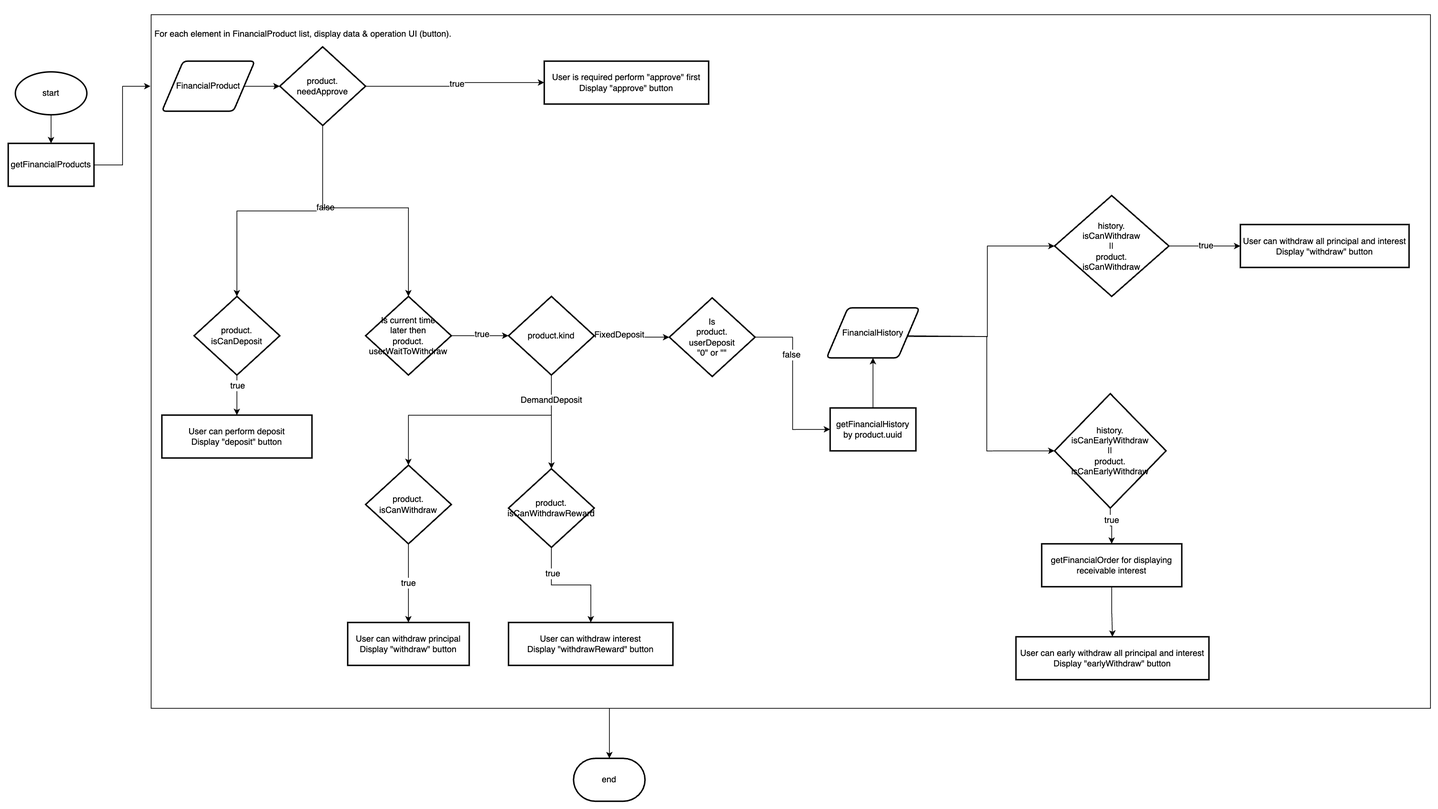
Above: docs/images/sdk_guideline/financial_product_flow.png in CYBAVO/android_wallet_sdk_sample (draw.io), before the change. Source tidied: cells renumbered, new cells last; positions are measured from the earlier drawing's top-left corner, leaving out a move shared by most shapes.
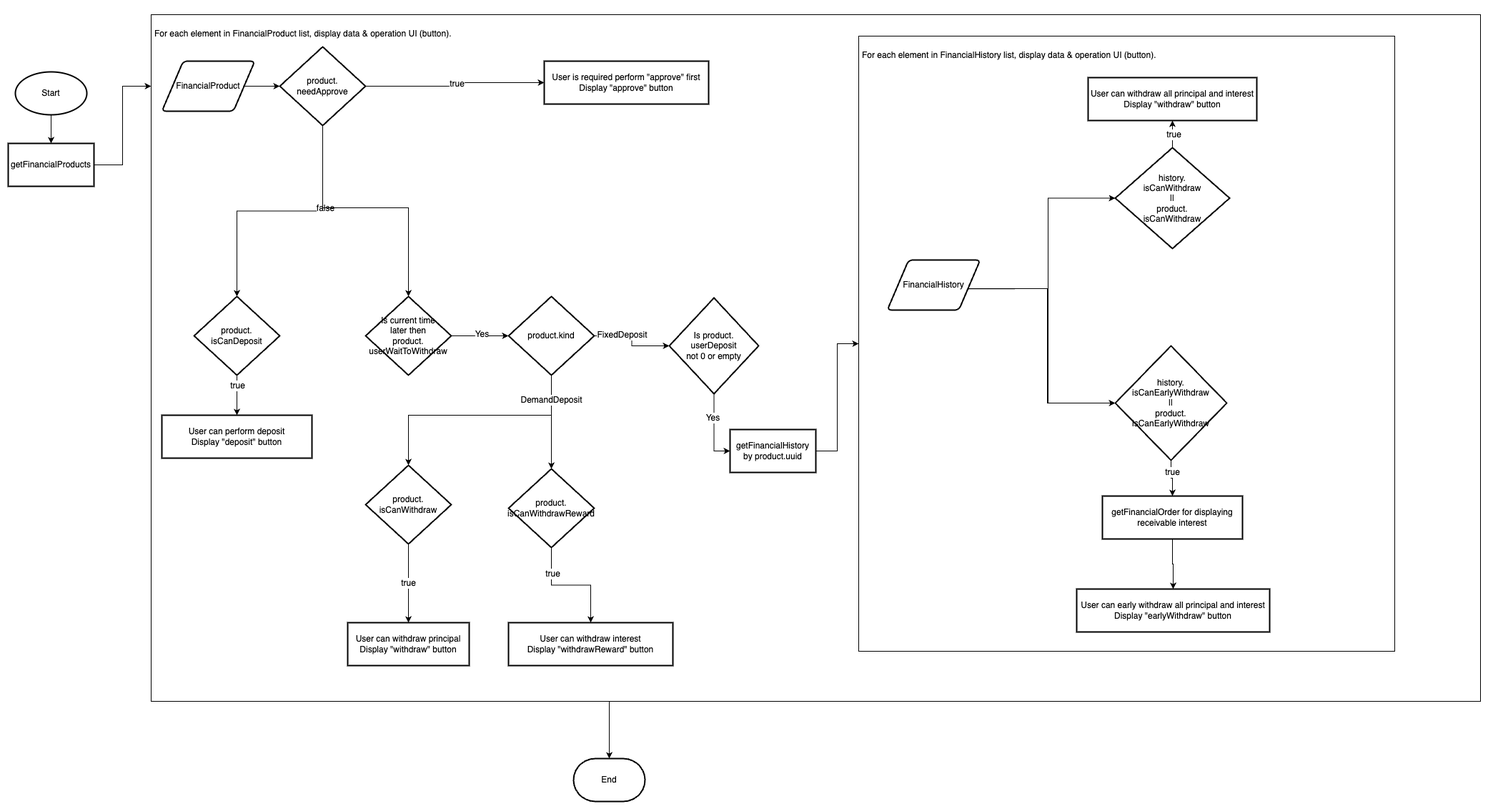
The same diagram one commit later.

Commit message:
update flow chart

The edit, as a diff of the source:
```diff
@@ -11,12 +11,12 @@
       </mxGeometry>
     </mxCell>
     <mxCell id="3" value="&lt;h1 style=&quot;font-size: 12px;&quot;&gt;&lt;span style=&quot;background-color: initial; font-size: 12px; font-weight: normal; line-height: 1;&quot;&gt;&lt;br&gt;&lt;/span&gt;&lt;/h1&gt;&lt;h1 style=&quot;font-size: 12px;&quot;&gt;&lt;span style=&quot;background-color: initial; font-size: 12px; font-weight: normal; line-height: 1;&quot;&gt;For each element in FinancialProduct list, display data &amp;amp; operation UI (button).&lt;/span&gt;&lt;br style=&quot;font-size: 12px;&quot;&gt;&lt;/h1&gt;" style="text;html=1;strokeColor=default;fillColor=none;spacing=5;spacingTop=-20;whiteSpace=wrap;overflow=hidden;rounded=0;shadow=0;fontSize=12;" parent="1" vertex="1">
-      <mxGeometry x="200" width="1790" height="970" as="geometry" />
+      <mxGeometry x="200" width="1860" height="960" as="geometry" />
     </mxCell>
     <mxCell id="4" style="edgeStyle=orthogonalEdgeStyle;rounded=0;jettySize=auto;html=1;fontSize=12;" parent="1" edge="1" source="5" target="7">
       <mxGeometry relative="1" as="geometry" />
     </mxCell>
-    <mxCell id="5" value="start" style="strokeWidth=2;html=1;shape=mxgraph.flowchart.start_1;whiteSpace=wrap;fontSize=12;" parent="1" vertex="1">
+    <mxCell id="5" value="Start" style="strokeWidth=2;html=1;shape=mxgraph.flowchart.start_1;whiteSpace=wrap;fontSize=12;" parent="1" vertex="1">
       <mxGeometry x="10" y="80" width="100" height="60" as="geometry" />
     </mxCell>
     <mxCell id="6" style="edgeStyle=orthogonalEdgeStyle;rounded=0;jettySize=auto;html=1;fontSize=12;" parent="1" edge="1" source="7">
@@ -88,7 +88,7 @@
     <mxCell id="24" style="edgeStyle=orthogonalEdgeStyle;rounded=0;jettySize=auto;html=1;fontSize=12;" parent="1" edge="1" source="26" target="32">
       <mxGeometry relative="1" as="geometry" />
     </mxCell>
-    <mxCell id="25" value="true" style="edgeLabel;html=1;align=center;verticalAlign=middle;fontSize=12;" parent="24" vertex="1">
+    <mxCell id="25" value="Yes" style="edgeLabel;html=1;align=center;verticalAlign=middle;fontSize=12;" parent="24" vertex="1">
       <mxGeometry x="0.05" y="3" relative="1" as="geometry" />
     </mxCell>
     <mxCell id="26" value="Is current time &lt;br style=&quot;font-size: 12px;&quot;&gt;later then&lt;br style=&quot;font-size: 12px;&quot;&gt;product.&lt;br style=&quot;font-size: 12px;&quot;&gt;userWaitToWithdraw" style="strokeWidth=2;html=1;shape=mxgraph.flowchart.decision;whiteSpace=wrap;shadow=0;strokeColor=default;fillColor=none;fontSize=12;" parent="1" vertex="1">
@@ -131,20 +131,20 @@
     </mxCell>
     <mxCell id="37" style="edgeStyle=orthogonalEdgeStyle;rounded=0;jettySize=auto;html=1;entryX=0;entryY=0.5;entryDx=0;entryDy=0;fontSize=12;" parent="1" edge="1" target="41">
       <mxGeometry relative="1" as="geometry">
-        <mxPoint x="1259" y="449" as="sourcePoint" />
+        <mxPoint x="1344" y="382" as="sourcePoint" />
         <Array as="points">
-          <mxPoint x="1259" y="450" />
-          <mxPoint x="1370" y="450" />
-          <mxPoint x="1370" y="324" />
+          <mxPoint x="1344" y="383" />
+          <mxPoint x="1455" y="383" />
+          <mxPoint x="1455" y="257" />
         </Array>
       </mxGeometry>
     </mxCell>
     <mxCell id="38" style="edgeStyle=orthogonalEdgeStyle;rounded=0;jettySize=auto;html=1;entryX=0;entryY=0.5;entryDx=0;entryDy=0;fontSize=12;exitX=0.875;exitY=0.575;exitDx=0;exitDy=0;exitPerimeter=0;" parent="1" edge="1" source="55" target="44">
       <mxGeometry relative="1" as="geometry">
         <Array as="points">
-          <mxPoint x="1260" y="450" />
-          <mxPoint x="1369" y="450" />
-          <mxPoint x="1369" y="610" />
+          <mxPoint x="1345" y="383" />
+          <mxPoint x="1454" y="383" />
+          <mxPoint x="1454" y="543" />
         </Array>
       </mxGeometry>
     </mxCell>
@@ -155,7 +155,7 @@
       <mxGeometry y="1" relative="1" as="geometry" />
     </mxCell>
     <mxCell id="41" value="history.&lt;br style=&quot;font-size: 12px;&quot;&gt;isCanWithdraw&lt;br style=&quot;font-size: 12px;&quot;&gt;||&lt;br style=&quot;font-size: 12px;&quot;&gt;product.&lt;br style=&quot;font-size: 12px;&quot;&gt;isCanWithdraw" style="rhombus;whiteSpace=wrap;html=1;fillColor=none;strokeWidth=2;shadow=0;fontSize=12;" parent="1" vertex="1">
-      <mxGeometry x="1464" y="253" width="160" height="141" as="geometry" />
+      <mxGeometry x="1549" y="186" width="160" height="141" as="geometry" />
     </mxCell>
     <mxCell id="42" style="edgeStyle=orthogonalEdgeStyle;rounded=0;jettySize=auto;html=1;fontSize=12;" parent="1" edge="1" source="44" target="47">
       <mxGeometry relative="1" as="geometry" />
@@ -164,40 +164,51 @@
       <mxGeometry x="-0.38" y="1" relative="1" as="geometry" />
     </mxCell>
     <mxCell id="44" value="history.&lt;br style=&quot;font-size: 12px;&quot;&gt;isCanEarlyWithdraw&lt;br style=&quot;font-size: 12px;&quot;&gt;||&lt;br style=&quot;font-size: 12px;&quot;&gt;product.&lt;br style=&quot;font-size: 12px;&quot;&gt;isCanEarlyWithdraw" style="rhombus;whiteSpace=wrap;html=1;fillColor=none;strokeWidth=2;shadow=0;fontSize=12;" parent="1" vertex="1">
-      <mxGeometry x="1464" y="530" width="156" height="160" as="geometry" />
+      <mxGeometry x="1549" y="463" width="156" height="160" as="geometry" />
     </mxCell>
     <mxCell id="45" value="User can withdraw all principal&amp;nbsp;and interest&lt;br style=&quot;font-size: 12px;&quot;&gt;Display &quot;withdraw&quot; button" style="whiteSpace=wrap;html=1;fillColor=none;strokeWidth=2;shadow=0;fontSize=12;" parent="1" vertex="1">
-      <mxGeometry x="1724" y="293.5" width="236" height="60" as="geometry" />
+      <mxGeometry x="1511" y="88" width="236" height="60" as="geometry" />
     </mxCell>
     <mxCell id="46" style="edgeStyle=orthogonalEdgeStyle;rounded=0;jettySize=auto;html=1;fontSize=12;" parent="1" edge="1" source="47" target="48">
       <mxGeometry relative="1" as="geometry" />
     </mxCell>
     <mxCell id="47" value="getFinancialOrder for displaying receivable interest" style="whiteSpace=wrap;html=1;fillColor=none;strokeWidth=2;shadow=0;fontSize=12;" parent="1" vertex="1">
-      <mxGeometry x="1446" y="740" width="196" height="60" as="geometry" />
+      <mxGeometry x="1531" y="673" width="196" height="60" as="geometry" />
     </mxCell>
     <mxCell id="48" value="User can early withdraw all principal and interest&lt;br style=&quot;font-size: 12px;&quot;&gt;Display &quot;earlyWithdraw&quot; button" style="whiteSpace=wrap;html=1;fillColor=none;strokeWidth=2;shadow=0;fontSize=12;" parent="1" vertex="1">
-      <mxGeometry x="1410" y="870" width="270" height="60" as="geometry" />
+      <mxGeometry x="1495" y="803" width="270" height="60" as="geometry" />
     </mxCell>
-    <mxCell id="49" value="end" style="strokeWidth=2;html=1;shape=mxgraph.flowchart.terminator;whiteSpace=wrap;shadow=0;strokeColor=default;fillColor=none;fontSize=12;" parent="1" vertex="1">
+    <mxCell id="49" value="End" style="strokeWidth=2;html=1;shape=mxgraph.flowchart.terminator;whiteSpace=wrap;shadow=0;strokeColor=default;fillColor=none;fontSize=12;" parent="1" vertex="1">
       <mxGeometry x="791" y="1040" width="100" height="60" as="geometry" />
     </mxCell>
     <mxCell id="50" style="edgeStyle=orthogonalEdgeStyle;rounded=0;jettySize=auto;html=1;fontSize=12;entryX=0;entryY=0.5;entryDx=0;entryDy=0;" parent="1" edge="1" source="52" target="54">
       <mxGeometry relative="1" as="geometry" />
     </mxCell>
-    <mxCell id="51" value="false" style="edgeLabel;html=1;align=center;verticalAlign=middle;fontSize=12;" parent="50" vertex="1">
+    <mxCell id="51" value="Yes" style="edgeLabel;html=1;align=center;verticalAlign=middle;fontSize=12;" parent="50" vertex="1">
       <mxGeometry x="-0.35" y="-2" relative="1" as="geometry" />
     </mxCell>
-    <mxCell id="52" value="Is&lt;br&gt;product.&lt;br&gt;userDeposit&lt;br&gt;&quot;0&quot; or &quot;&quot;" style="strokeWidth=2;html=1;shape=mxgraph.flowchart.decision;whiteSpace=wrap;shadow=0;strokeColor=default;fillColor=none;fontSize=12;" parent="1" vertex="1">
-      <mxGeometry x="925" y="396" width="120" height="110" as="geometry" />
+    <mxCell id="52" value="Is product.&lt;br&gt;userDeposit&lt;br&gt;not 0 or empty" style="strokeWidth=2;html=1;shape=mxgraph.flowchart.decision;whiteSpace=wrap;shadow=0;strokeColor=default;fillColor=none;fontSize=12;" parent="1" vertex="1">
+      <mxGeometry x="925" y="396" width="125" height="134" as="geometry" />
     </mxCell>
-    <mxCell id="53" style="edgeStyle=orthogonalEdgeStyle;rounded=0;jettySize=auto;html=1;fontSize=12;" parent="1" edge="1" source="54" target="55">
-      <mxGeometry relative="1" as="geometry" />
-    </mxCell>
+    <mxCell id="56" style="edgeStyle=orthogonalEdgeStyle;rounded=0;jettySize=auto;html=1;" parent="1" edge="1" source="54" target="58">
+      <mxGeometry relative="1" as="geometry" />
+    </mxCell>
     <mxCell id="54" value="getFinancialHistory&lt;br style=&quot;font-size: 12px;&quot;&gt;by product.uuid" style="whiteSpace=wrap;html=1;fillColor=none;strokeWidth=2;shadow=0;fontSize=12;" parent="1" vertex="1">
-      <mxGeometry x="1150" y="550" width="120" height="60" as="geometry" />
+      <mxGeometry x="1010" y="580" width="120" height="60" as="geometry" />
     </mxCell>
+    <mxCell id="57" style="edgeStyle=orthogonalEdgeStyle;rounded=0;jettySize=auto;html=1;entryX=0;entryY=0.5;entryDx=0;entryDy=0;" parent="1" edge="1" source="55" target="44">
+      <mxGeometry relative="1" as="geometry">
+        <Array as="points">
+          <mxPoint x="1455" y="383" />
+          <mxPoint x="1455" y="543" />
+        </Array>
+      </mxGeometry>
+    </mxCell>
     <mxCell id="55" value="FinancialHistory" style="shape=parallelogram;html=1;strokeWidth=2;perimeter=parallelogramPerimeter;whiteSpace=wrap;rounded=1;arcSize=12;size=0.23;shadow=0;strokeColor=default;fillColor=none;fontSize=12;" parent="1" vertex="1">
-      <mxGeometry x="1145" y="410" width="130" height="70" as="geometry" />
+      <mxGeometry x="1230" y="343" width="130" height="70" as="geometry" />
     </mxCell>
+    <mxCell id="58" value="&lt;h1 style=&quot;font-size: 12px;&quot;&gt;&lt;span style=&quot;background-color: initial; font-size: 12px; font-weight: normal; line-height: 1;&quot;&gt;&lt;br&gt;&lt;/span&gt;&lt;/h1&gt;&lt;h1 style=&quot;font-size: 12px;&quot;&gt;&lt;span style=&quot;background-color: initial; font-size: 12px; font-weight: normal; line-height: 1;&quot;&gt;For each element in FinancialHistory list, display data &amp;amp; operation UI (button).&lt;/span&gt;&lt;br style=&quot;font-size: 12px;&quot;&gt;&lt;/h1&gt;" style="text;html=1;strokeColor=default;fillColor=none;spacing=5;spacingTop=-20;whiteSpace=wrap;overflow=hidden;rounded=0;shadow=0;fontSize=12;" parent="1" vertex="1">
+      <mxGeometry x="1190" y="30" width="750" height="860" as="geometry" />
+    </mxCell>
   </root>
 </mxGraphModel>
```
